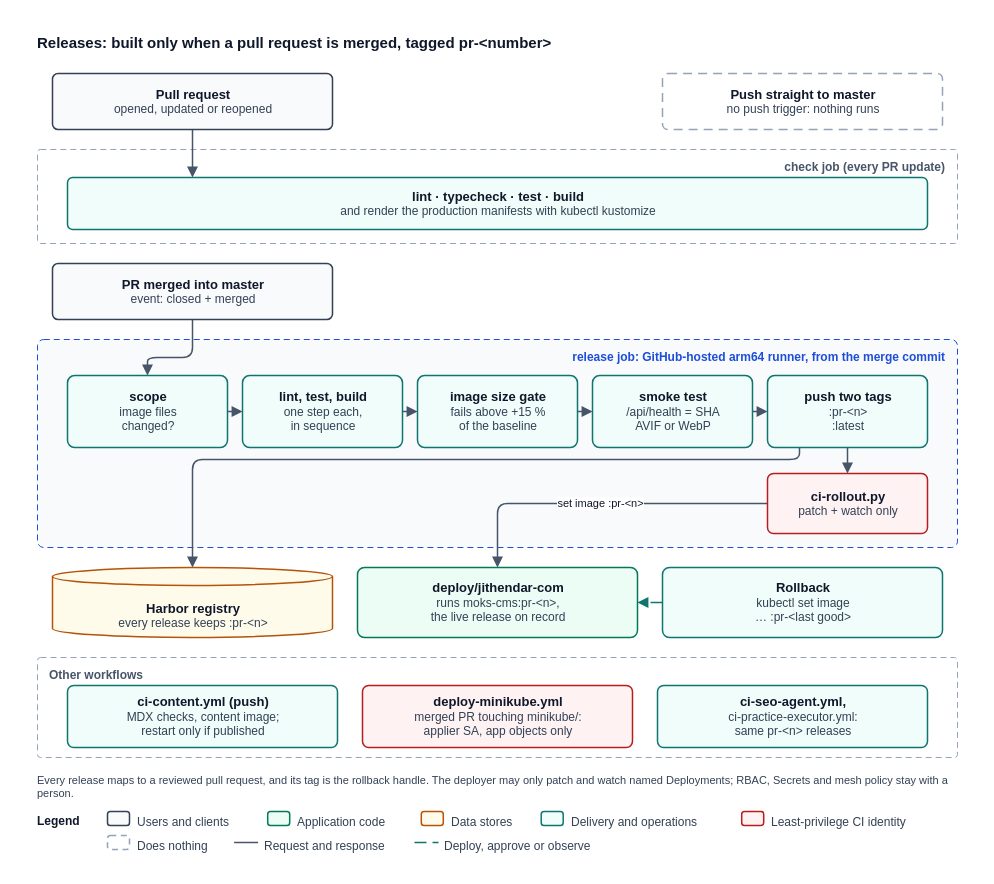
Earlier version of the draw.io diagram docs/knowledge-sharing/how-i-built-jithendar-com/diagrams/release-pipeline.drawio (mrjithendar/jithendar.com). Source tidied: cells renumbered, new cells numbered last; positions are measured from the earlier drawing's top-left corner, leaving out a move shared by most shapes. Both pictures are drawn from the tidied source at 100%, with x=0, y=0 at pixel (17, 17).
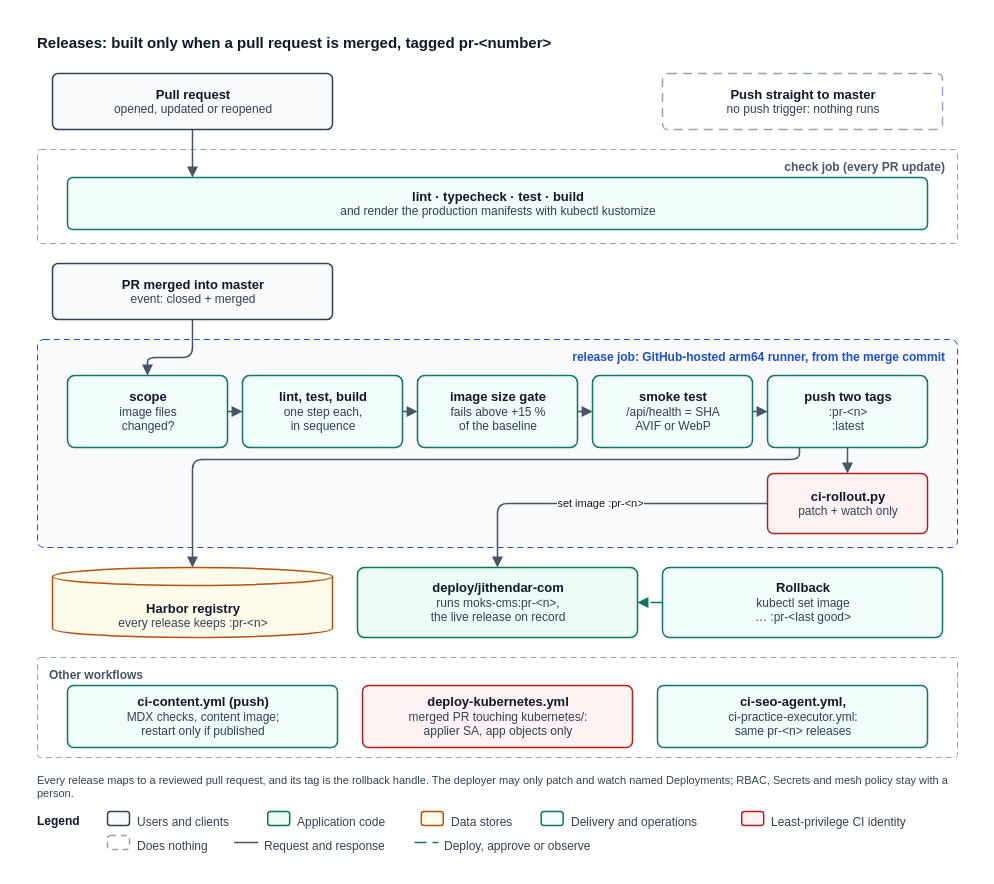
Above is the later version.

The edit, as a diff of the source:
```diff
@@
-    <mxCell id="31" value="&lt;b style=&quot;font-size:13px&quot;&gt;deploy-minikube.yml&lt;/b&gt;&lt;br&gt;&lt;span style=&quot;font-size:12px;color:#334155&quot;&gt;merged PR touching minikube/:&lt;/span&gt;&lt;br&gt;&lt;span style=&quot;font-size:12px;color:#334155&quot;&gt;applier SA, app objects only&lt;/span&gt;" style="whiteSpace=wrap;html=1;fillColor=#fef2f2;strokeColor=#b91c1c;strokeWidth=1.5;fontColor=#0f172a;fontFamily=Helvetica;fontSize=12;align=center;verticalAlign=middle;spacing=4;spacingLeft=2;rounded=1;arcSize=10;" parent="1" vertex="1">
+    <mxCell id="31" value="&lt;b style=&quot;font-size:13px&quot;&gt;deploy-kubernetes.yml&lt;/b&gt;&lt;br&gt;&lt;span style=&quot;font-size:12px;color:#334155&quot;&gt;merged PR touching kubernetes/:&lt;/span&gt;&lt;br&gt;&lt;span style=&quot;font-size:12px;color:#334155&quot;&gt;applier SA, app objects only&lt;/span&gt;" style="whiteSpace=wrap;html=1;fillColor=#fef2f2;strokeColor=#b91c1c;strokeWidth=1.5;fontColor=#0f172a;fontFamily=Helvetica;fontSize=12;align=center;verticalAlign=middle;spacing=4;spacingLeft=2;rounded=1;arcSize=10;" parent="1" vertex="1">
       <mxGeometry x="345" y="668" width="270" height="62" as="geometry" />
     </mxCell>
```
